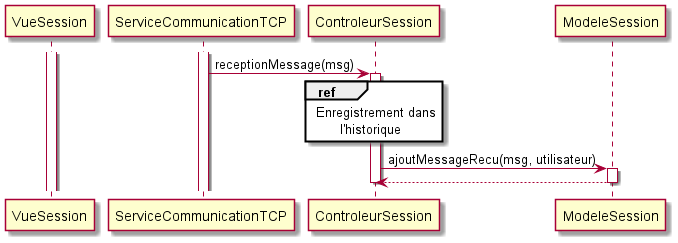
The PlantUML diagram sequence/reception_message.png in arc-hugo/clavardage_uml, before a commit.
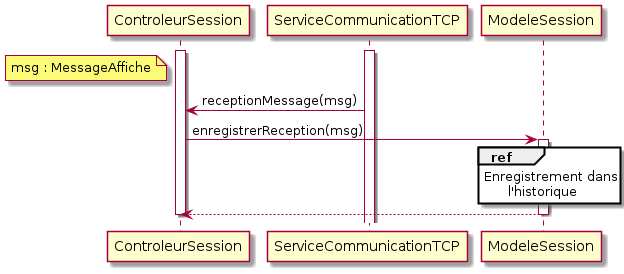
Later version of the same file.

What changed in the source:
```diff
@@ -1,14 +1,16 @@
 @startuml reception_message
-activate VueSession
+activate ControleurSession
+note left of ControleurSession
+msg : MessageAffiche
+end note
 activate ServiceCommunicationTCP
 ServiceCommunicationTCP -> ControleurSession : receptionMessage(msg)
-activate ControleurSession
-ref over ControleurSession
+ControleurSession -> ModeleSession : enregistrerReception(msg)
+activate ModeleSession
+ref over ModeleSession
     Enregistrement dans
           l'historique
 end ref
-ControleurSession -> ModeleSession : ajoutMessageRecu(msg, utilisateur)
-activate ModeleSession
 ModeleSession --> ControleurSession
 deactivate ModeleSession
 deactivate ControleurSession
```
